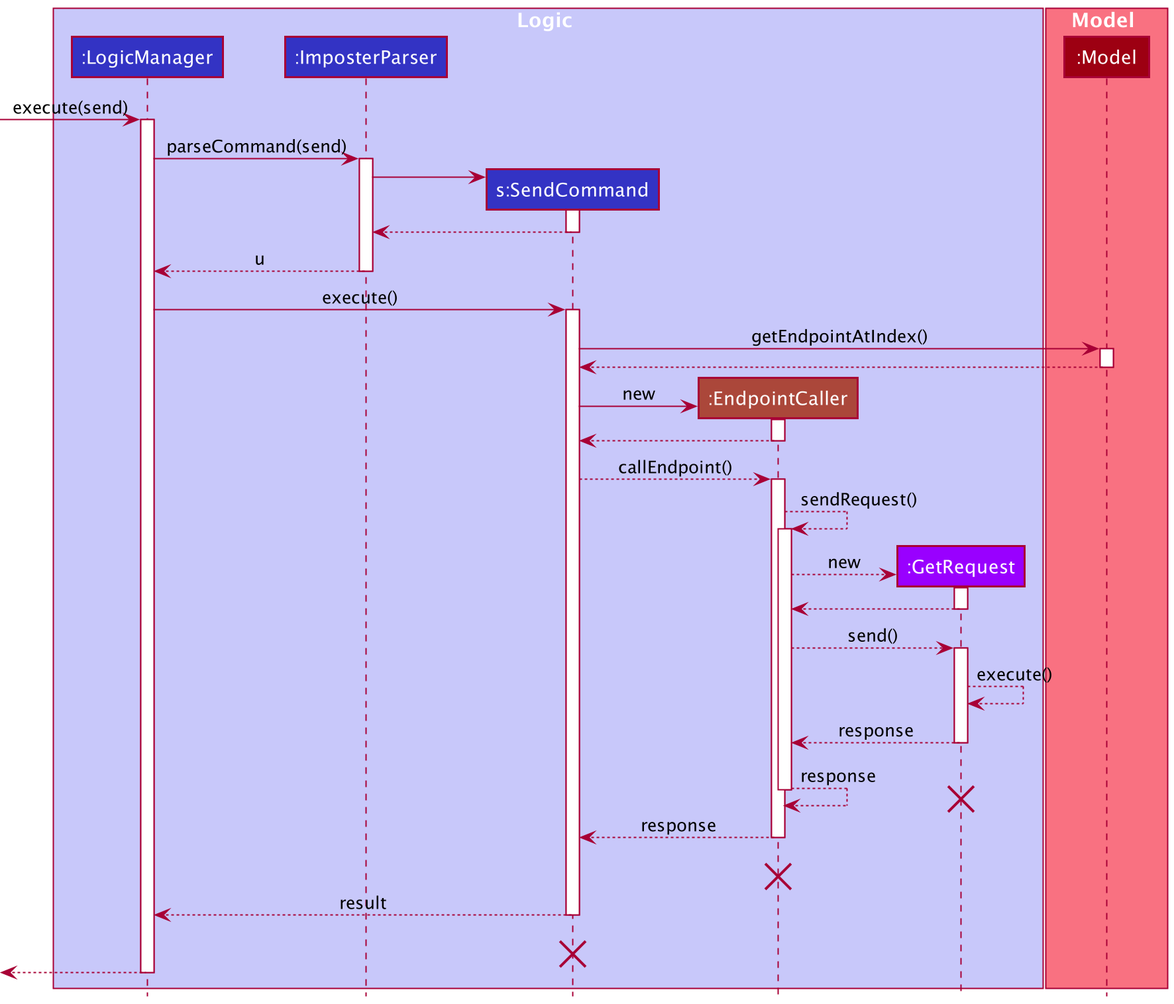
Before: docs/images/RequestSequenceDiagram.png, a diagram exported from PlantUML (nus-cs2103-AY2021S2/tp).
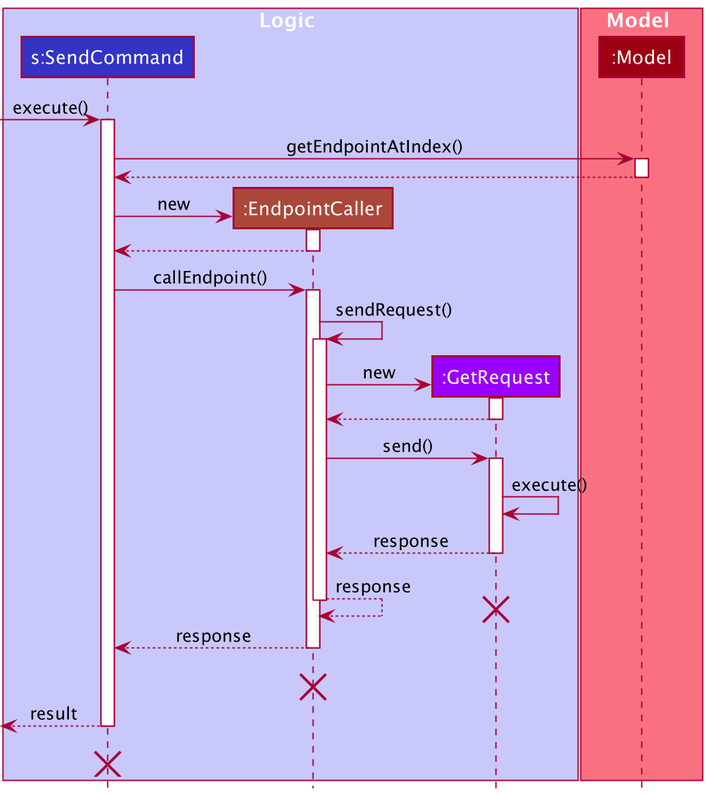
The same diagram one commit later.

Commit message:
Fix: fix minor errors with request feature diagrams

The edit, as a diff of the source:
```diff
@@ -2,8 +2,6 @@
 !include style.puml
 
 box Logic LOGIC_COLOR_T1
-participant ":LogicManager" as LogicManager LOGIC_COLOR
-participant ":ImposterParser" as ImposterParser LOGIC_COLOR
 participant "s:SendCommand" as SendCommand LOGIC_COLOR
 participant ":EndpointCaller" as EndpointCaller ENDPOINTCALLER_COLOR
 participant ":GetRequest" as GetRequest GETREQUEST_COLOR
@@ -14,23 +12,7 @@
 participant ":Model" as Model MODEL_COLOR
 end box
 
-[-> LogicManager : execute(send)
-activate LogicManager
-
-LogicManager -> ImposterParser : parseCommand(send)
-activate ImposterParser
-
-create SendCommand
-ImposterParser -> SendCommand
-activate SendCommand
-
-SendCommand --> ImposterParser
-deactivate SendCommand
-
-ImposterParser --> LogicManager : u
-deactivate ImposterParser
-
-LogicManager -> SendCommand : execute()
+[-> SendCommand : execute()
 activate SendCommand
 
 SendCommand -> Model : getEndpointAtIndex()
@@ -45,20 +27,20 @@
 
 return
 
-SendCommand --> EndpointCaller : callEndpoint()
+SendCommand -> EndpointCaller : callEndpoint()
 activate EndpointCaller
-EndpointCaller --> EndpointCaller : sendRequest()
+EndpointCaller -> EndpointCaller : sendRequest()
 activate EndpointCaller
 
 create GetRequest
-EndpointCaller --> GetRequest : new
+EndpointCaller -> GetRequest : new
 activate GetRequest
 
 return
 
-EndpointCaller --> GetRequest : send()
+EndpointCaller -> GetRequest : send()
 activate GetRequest
-GetRequest --> GetRequest : execute()
+GetRequest -> GetRequest : execute()
 return response
 return response
 destroy GetRequest
@@ -66,12 +48,8 @@
 EndpointCaller -[hidden]-> GetRequest : execute
 destroy EndpointCaller
 
-
-SendCommand --> LogicManager : result
+return result
 deactivate SendCommand
-SendCommand -[hidden]-> LogicManager : result
+SendCommand -[hidden]-> GetRequest : execute
 destroy SendCommand
-
-[<--LogicManager
-deactivate LogicManager
 @enduml
```
